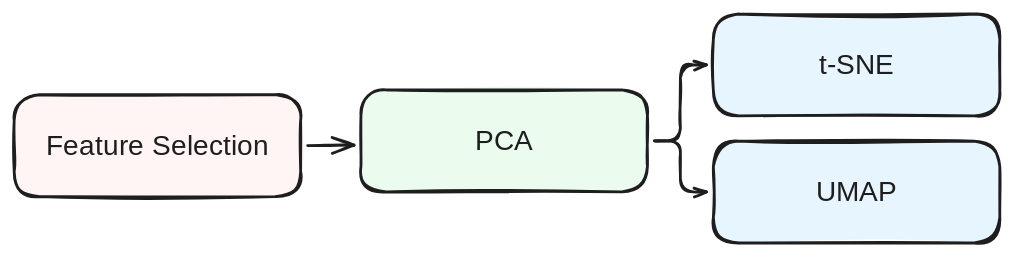
Before: materials/images/dimred.excalidraw.svg, a diagram exported from Excalidraw (cambiotraining/spatial-transcriptomics). Source tidied: one line per element, renumbered; positions are measured from the earlier drawing's top-left corner, leaving out a move shared by most shapes. Source of this version:
```json
{"id": 0, "type": "rectangle", "strokeColor": "#1e1e1e", "backgroundColor": "#fff5f5", "fillStyle": "solid", "strokeWidth": 2, "roughness": 1, "round": true, "x": 0, "y": 58, "width": 205, "height": 73}
{"id": 1, "type": "text", "text": "Feature Selection", "strokeColor": "#1e1e1e", "strokeWidth": 2, "roughness": 1, "fontSize": 20, "fontFamily": 6, "textAlign": "center", "verticalAlign": "middle", "inside": 0, "x": 24, "y": 81, "width": 157, "height": 27}
{"id": 2, "type": "rectangle", "strokeColor": "#1e1e1e", "backgroundColor": "#ebfbee", "fillStyle": "solid", "strokeWidth": 2, "roughness": 1, "round": true, "x": 248, "y": 54, "width": 205, "height": 73}
{"id": 3, "type": "text", "text": "PCA", "strokeColor": "#1e1e1e", "strokeWidth": 2, "roughness": 1, "fontSize": 20, "fontFamily": 6, "textAlign": "center", "verticalAlign": "middle", "inside": 2, "x": 330, "y": 77, "width": 40, "height": 27}
{"id": 4, "type": "rectangle", "strokeColor": "#1e1e1e", "backgroundColor": "#e7f5ff", "fillStyle": "solid", "strokeWidth": 2, "roughness": 1, "round": true, "x": 500, "y": 0, "width": 205, "height": 73}
{"id": 5, "type": "text", "text": "t-SNE", "strokeColor": "#1e1e1e", "strokeWidth": 2, "roughness": 1, "fontSize": 20, "fontFamily": 6, "textAlign": "center", "verticalAlign": "middle", "inside": 4, "x": 575, "y": 23, "width": 54, "height": 27}
{"id": 6, "type": "rectangle", "strokeColor": "#1e1e1e", "backgroundColor": "#e7f5ff", "fillStyle": "solid", "strokeWidth": 2, "roughness": 1, "round": true, "x": 500, "y": 91, "width": 205, "height": 73}
{"id": 7, "type": "text", "text": "UMAP", "strokeColor": "#1e1e1e", "strokeWidth": 2, "roughness": 1, "fontSize": 20, "fontFamily": 6, "textAlign": "center", "verticalAlign": "middle", "inside": 6, "x": 573, "y": 114, "width": 59, "height": 27}
{"id": 8, "type": "arrow", "strokeColor": "#1e1e1e", "strokeWidth": 2, "roughness": 1, "endArrowhead": "arrow", "from": 0, "to": 2, "x": 210, "y": 94, "width": 33, "height": 0, "points": [[0, 0], [33, 0]]}
{"id": 9, "type": "arrow", "strokeColor": "#1e1e1e", "strokeWidth": 2, "roughness": 1, "endArrowhead": "arrow", "from": 2, "to": 4, "x": 458, "y": 91, "width": 37, "height": 54, "points": [[0, 0], [19, 0], [19, -54], [37, -54]]}
{"id": 10, "type": "arrow", "strokeColor": "#1e1e1e", "strokeWidth": 2, "roughness": 1, "endArrowhead": "arrow", "from": 2, "to": 6, "x": 458, "y": 91, "width": 37, "height": 37, "points": [[0, 0], [19, 0], [19, 37], [37, 37]]}
```
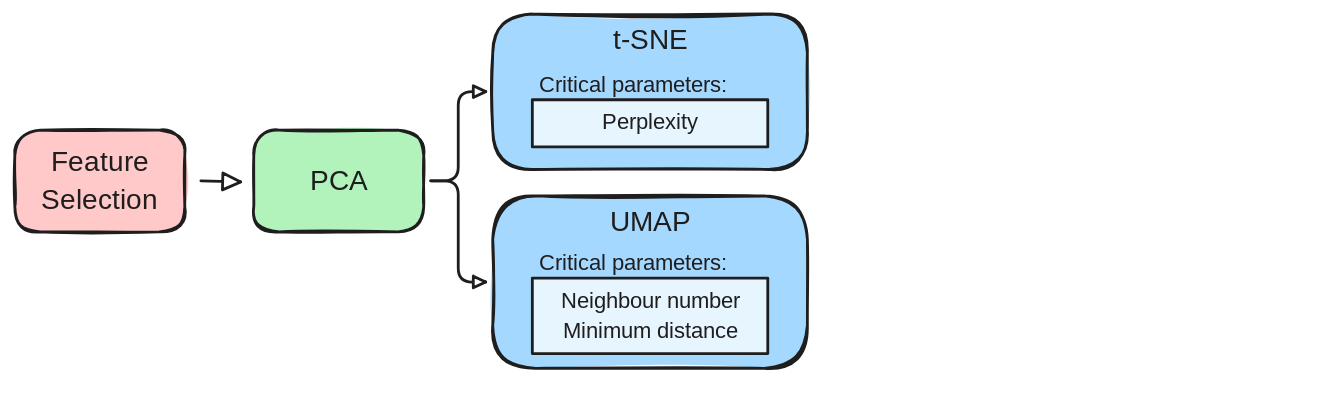
The same diagram one commit later.

The edit, as a diff of the source:
```diff
@@ -1,11 +1,17 @@
-{"id": 0, "type": "rectangle", "strokeColor": "#1e1e1e", "backgroundColor": "#fff5f5", "fillStyle": "solid", "strokeWidth": 2, "roughness": 1, "round": true, "x": 0, "y": 58, "width": 205, "height": 73}
+{"id": 0, "type": "rectangle", "strokeColor": "#1e1e1e", "backgroundColor": "#ffc9c9", "fillStyle": "solid", "strokeWidth": 2, "roughness": 1, "round": true, "x": 0, "y": 58, "width": 122, "height": 73}
-{"id": 1, "type": "text", "text": "Feature Selection", "strokeColor": "#1e1e1e", "strokeWidth": 2, "roughness": 1, "fontSize": 20, "fontFamily": 6, "textAlign": "center", "verticalAlign": "middle", "inside": 0, "x": 24, "y": 81, "width": 157, "height": 27}
+{"id": 1, "type": "text", "text": "Feature\nSelection", "strokeColor": "#1e1e1e", "strokeWidth": 2, "roughness": 1, "fontSize": 20, "fontFamily": 6, "textAlign": "center", "verticalAlign": "middle", "inside": 0, "x": 19, "y": 67, "width": 84, "height": 54}
-{"id": 2, "type": "rectangle", "strokeColor": "#1e1e1e", "backgroundColor": "#ebfbee", "fillStyle": "solid", "strokeWidth": 2, "roughness": 1, "round": true, "x": 248, "y": 54, "width": 205, "height": 73}
+{"id": 2, "type": "rectangle", "strokeColor": "#1e1e1e", "backgroundColor": "#b2f2bb", "fillStyle": "solid", "strokeWidth": 2, "roughness": 1, "round": true, "x": 171, "y": 58, "width": 122, "height": 73}
-{"id": 3, "type": "text", "text": "PCA", "strokeColor": "#1e1e1e", "strokeWidth": 2, "roughness": 1, "fontSize": 20, "fontFamily": 6, "textAlign": "center", "verticalAlign": "middle", "inside": 2, "x": 330, "y": 77, "width": 40, "height": 27}
+{"id": 3, "type": "text", "text": "PCA", "strokeColor": "#1e1e1e", "strokeWidth": 2, "roughness": 1, "fontSize": 20, "fontFamily": 6, "textAlign": "center", "verticalAlign": "middle", "inside": 2, "x": 211, "y": 81, "width": 40, "height": 27}
-{"id": 4, "type": "rectangle", "strokeColor": "#1e1e1e", "backgroundColor": "#e7f5ff", "fillStyle": "solid", "strokeWidth": 2, "roughness": 1, "round": true, "x": 500, "y": 0, "width": 205, "height": 73}
+{"id": 4, "type": "rectangle", "strokeColor": "#1e1e1e", "backgroundColor": "#a5d8ff", "fillStyle": "solid", "strokeWidth": 2, "roughness": 1, "round": true, "x": 342, "y": -25, "width": 225, "height": 111}
-{"id": 5, "type": "text", "text": "t-SNE", "strokeColor": "#1e1e1e", "strokeWidth": 2, "roughness": 1, "fontSize": 20, "fontFamily": 6, "textAlign": "center", "verticalAlign": "middle", "inside": 4, "x": 575, "y": 23, "width": 54, "height": 27}
+{"id": 5, "type": "text", "text": "t-SNE", "strokeColor": "#1e1e1e", "strokeWidth": 2, "roughness": 1, "fontSize": 20, "fontFamily": 6, "textAlign": "center", "inside": 4, "x": 427, "y": -20, "width": 54, "height": 27}
-{"id": 6, "type": "rectangle", "strokeColor": "#1e1e1e", "backgroundColor": "#e7f5ff", "fillStyle": "solid", "strokeWidth": 2, "roughness": 1, "round": true, "x": 500, "y": 91, "width": 205, "height": 73}
+{"id": 6, "type": "rectangle", "strokeColor": "#1e1e1e", "backgroundColor": "#a5d8ff", "fillStyle": "solid", "strokeWidth": 2, "roughness": 1, "round": true, "x": 342, "y": 105, "width": 225, "height": 123}
-{"id": 7, "type": "text", "text": "UMAP", "strokeColor": "#1e1e1e", "strokeWidth": 2, "roughness": 1, "fontSize": 20, "fontFamily": 6, "textAlign": "center", "verticalAlign": "middle", "inside": 6, "x": 573, "y": 114, "width": 59, "height": 27}
+{"id": 7, "type": "text", "text": "UMAP", "strokeColor": "#1e1e1e", "strokeWidth": 2, "roughness": 1, "fontSize": 20, "fontFamily": 6, "textAlign": "center", "inside": 6, "x": 425, "y": 110, "width": 59, "height": 27}
-{"id": 8, "type": "arrow", "strokeColor": "#1e1e1e", "strokeWidth": 2, "roughness": 1, "endArrowhead": "arrow", "from": 0, "to": 2, "x": 210, "y": 94, "width": 33, "height": 0, "points": [[0, 0], [33, 0]]}
-{"id": 9, "type": "arrow", "strokeColor": "#1e1e1e", "strokeWidth": 2, "roughness": 1, "endArrowhead": "arrow", "from": 2, "to": 4, "x": 458, "y": 91, "width": 37, "height": 54, "points": [[0, 0], [19, 0], [19, -54], [37, -54]]}
-{"id": 10, "type": "arrow", "strokeColor": "#1e1e1e", "strokeWidth": 2, "roughness": 1, "endArrowhead": "arrow", "from": 2, "to": 6, "x": 458, "y": 91, "width": 37, "height": 37, "points": [[0, 0], [19, 0], [19, 37], [37, 37]]}
+{"id": 11, "type": "rectangle", "strokeColor": "#1e1e1e", "backgroundColor": "#e7f5ff", "fillStyle": "solid", "strokeWidth": 2, "roughness": 0, "x": 370, "y": 36, "width": 168, "height": 34}
+{"id": 12, "type": "text", "text": "Perplexity", "strokeColor": "#1e1e1e", "backgroundColor": "#a5d8ff", "fillStyle": "solid", "strokeWidth": 2, "roughness": 1, "fontSize": 16, "fontFamily": 6, "textAlign": "center", "inside": 11, "x": 418, "y": 41, "width": 73, "height": 22}
+{"id": 13, "type": "rectangle", "strokeColor": "#1e1e1e", "backgroundColor": "#e7f5ff", "fillStyle": "solid", "strokeWidth": 2, "roughness": 0, "x": 370, "y": 164, "width": 168, "height": 54}
+{"id": 14, "type": "text", "text": "Neighbour number\nMinimum distance", "strokeColor": "#1e1e1e", "backgroundColor": "#a5d8ff", "fillStyle": "solid", "strokeWidth": 2, "roughness": 1, "fontSize": 16, "fontFamily": 6, "textAlign": "center", "inside": 13, "x": 386, "y": 169, "width": 136, "height": 43}
+{"id": 15, "type": "arrow", "strokeColor": "#1e1e1e", "backgroundColor": "#b2f2bb", "fillStyle": "solid", "strokeWidth": 2, "roughness": 0, "endArrowhead": "triangle_outline", "round": true, "from": 0, "to": 2, "x": 133, "y": 94, "width": 28, "height": 1, "points": [[0, 0], [28, 1]]}
+{"id": 16, "type": "arrow", "strokeColor": "#1e1e1e", "backgroundColor": "#e7f5ff", "fillStyle": "solid", "strokeWidth": 2, "roughness": 0, "endArrowhead": "triangle_outline", "from": 2, "to": 4, "x": 297, "y": 94, "width": 39, "height": 64, "points": [[0, 0], [20, 0], [20, -64], [39, -64]]}
+{"id": 17, "type": "arrow", "strokeColor": "#1e1e1e", "backgroundColor": "#e7f5ff", "fillStyle": "solid", "strokeWidth": 2, "roughness": 0, "endArrowhead": "triangle_outline", "from": 2, "to": 6, "x": 297, "y": 94, "width": 39, "height": 72, "points": [[0, 0], [20, 0], [20, 72], [39, 72]]}
+{"id": 18, "type": "text", "text": "Critical parameters:", "strokeColor": "#1e1e1e", "backgroundColor": "#e7f5ff", "fillStyle": "solid", "strokeWidth": 2, "roughness": 0, "fontSize": 16, "fontFamily": 6, "x": 375, "y": 14, "width": 141, "height": 22}
+{"id": 19, "type": "text", "text": "Critical parameters:", "strokeColor": "#1e1e1e", "backgroundColor": "#e7f5ff", "fillStyle": "solid", "strokeWidth": 2, "roughness": 0, "fontSize": 16, "fontFamily": 6, "x": 375, "y": 141, "width": 141, "height": 22}
```
